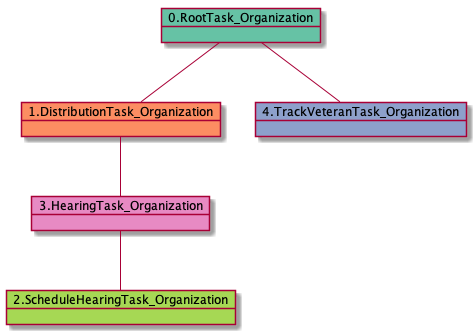
The PlantUML diagram docs-H/uml/RTO.DTO.SHTO.HTO.TVTO-4988.png in yoomlam/graphing, before a commit. Source of this version:
```plantuml
@startuml
object 0.RootTask_Organization #66c2a5
object 1.DistributionTask_Organization #fc8d62
object 2.ScheduleHearingTask_Organization #a6d854
object 3.HearingTask_Organization #e78ac3
object 4.TrackVeteranTask_Organization #8da0cb
0.RootTask_Organization -- 1.DistributionTask_Organization
3.HearingTask_Organization -- 2.ScheduleHearingTask_Organization
1.DistributionTask_Organization -- 3.HearingTask_Organization
0.RootTask_Organization -- 4.TrackVeteranTask_Organization
@enduml
```
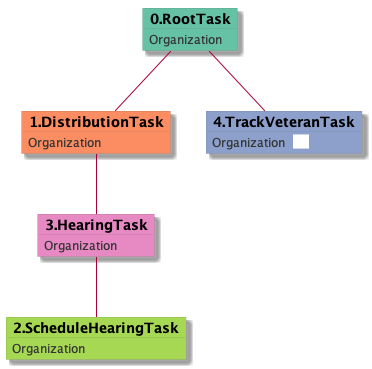
The same diagram one commit later.

What changed in the source:
```diff
@@ -1,11 +1,29 @@
 @startuml
-object 0.RootTask_Organization #66c2a5
-object 1.DistributionTask_Organization #fc8d62
-object 2.ScheduleHearingTask_Organization #a6d854
-object 3.HearingTask_Organization #e78ac3
-object 4.TrackVeteranTask_Organization #8da0cb
-0.RootTask_Organization -- 1.DistributionTask_Organization
-3.HearingTask_Organization -- 2.ScheduleHearingTask_Organization
-1.DistributionTask_Organization -- 3.HearingTask_Organization
-0.RootTask_Organization -- 4.TrackVeteranTask_Organization
+skinparam {
+  ObjectBorderColor #555
+  ObjectBorderThickness 0
+  ObjectFontStyle bold
+  ObjectFontSize 14
+  ObjectAttributeFontColor #333
+  ObjectAttributeFontSize 12
+}
+  object 0.RootTask #66c2a5 {
+Organization
+}
+  object 1.DistributionTask #fc8d62 {
+Organization
+}
+  object 2.ScheduleHearingTask #a6d854 {
+Organization
+}
+  object 3.HearingTask #e78ac3 {
+Organization
+}
+  object 4.TrackVeteranTask #8da0cb {
+Organization  <back:white>    </back>
+}
+0.RootTask -- 1.DistributionTask
+3.HearingTask -- 2.ScheduleHearingTask
+1.DistributionTask -- 3.HearingTask
+0.RootTask -- 4.TrackVeteranTask
 @enduml
```
